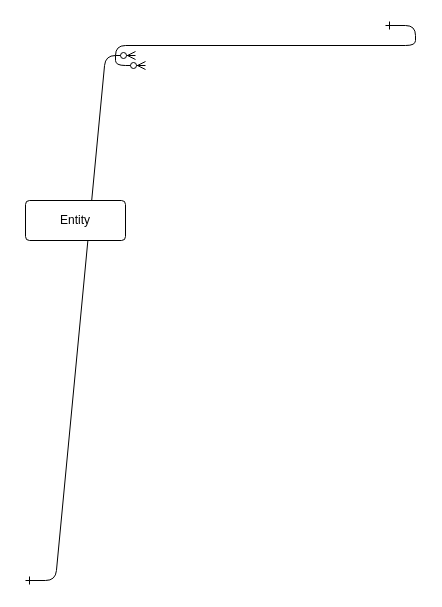
Earlier version of the draw.io diagram Untitled Diagram.drawio (Continious-Software-Engineering/review-service). Source tidied: cells renumbered, new cells numbered last; positions are measured from the earlier drawing's top-left corner, leaving out a move shared by most shapes. Both pictures are drawn from the tidied source at 100%, with x=0, y=0 at pixel (25, 25).
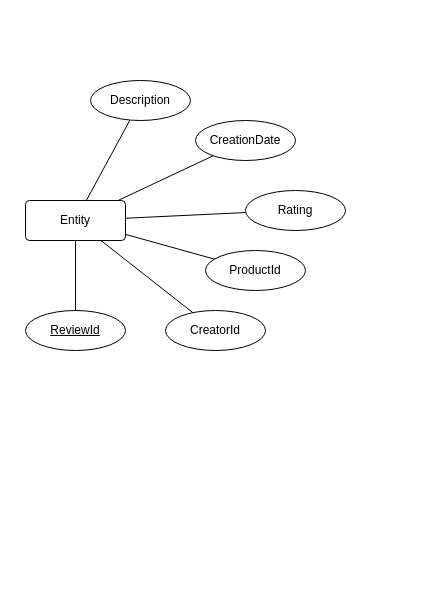
After the change.

The edit, as a diff of the source:
```diff
@@
 <mxGraphModel>
   <root>
     <mxCell id="0" />
     <mxCell id="1" parent="0" />
-    <mxCell id="2" style="edgeStyle=entityRelationEdgeStyle;endArrow=ERzeroToMany;startArrow=ERone;endFill=1;startFill=0;" parent="1" edge="1">
-      <mxGeometry relative="1" as="geometry">
-        <mxPoint y="555" as="sourcePoint" />
-        <mxPoint x="110" y="30" as="targetPoint" />
-      </mxGeometry>
-    </mxCell>
-    <mxCell id="3" style="edgeStyle=entityRelationEdgeStyle;endArrow=ERzeroToMany;startArrow=ERone;endFill=1;startFill=0;" parent="1" edge="1">
-      <mxGeometry relative="1" as="geometry">
-        <mxPoint x="360" as="sourcePoint" />
-        <mxPoint x="120" y="40" as="targetPoint" />
-      </mxGeometry>
-    </mxCell>
     <mxCell id="4" value="Entity" style="rounded=1;arcSize=10;whiteSpace=wrap;html=1;align=center;" parent="1" vertex="1">
       <mxGeometry y="175" width="100" height="40" as="geometry" />
     </mxCell>
+    <mxCell id="5" style="rounded=0;jettySize=auto;html=1;endArrow=none;endFill=0;" parent="1" edge="1" source="6" target="4">
+      <mxGeometry relative="1" as="geometry" />
+    </mxCell>
+    <mxCell id="6" value="ReviewId" style="ellipse;whiteSpace=wrap;html=1;align=center;fontStyle=4;" parent="1" vertex="1">
+      <mxGeometry y="285" width="100" height="40" as="geometry" />
+    </mxCell>
+    <mxCell id="7" style="edgeStyle=none;rounded=0;jettySize=auto;html=1;endArrow=none;endFill=0;" parent="1" edge="1" source="8" target="4">
+      <mxGeometry relative="1" as="geometry" />
+    </mxCell>
+    <mxCell id="8" value="CreatorId" style="ellipse;whiteSpace=wrap;html=1;align=center;" parent="1" vertex="1">
+      <mxGeometry x="140" y="285" width="100" height="40" as="geometry" />
+    </mxCell>
+    <mxCell id="9" style="edgeStyle=none;rounded=0;jettySize=auto;html=1;endArrow=none;endFill=0;" parent="1" edge="1" source="10" target="4">
+      <mxGeometry relative="1" as="geometry" />
+    </mxCell>
+    <mxCell id="10" value="ProductId" style="ellipse;whiteSpace=wrap;html=1;align=center;" parent="1" vertex="1">
+      <mxGeometry x="180" y="225" width="100" height="40" as="geometry" />
+    </mxCell>
+    <mxCell id="11" style="edgeStyle=none;rounded=0;jettySize=auto;html=1;endArrow=none;endFill=0;" parent="1" edge="1" source="12" target="4">
+      <mxGeometry relative="1" as="geometry" />
+    </mxCell>
+    <mxCell id="12" value="Rating" style="ellipse;whiteSpace=wrap;html=1;align=center;" parent="1" vertex="1">
+      <mxGeometry x="220" y="165" width="100" height="40" as="geometry" />
+    </mxCell>
+    <mxCell id="13" style="edgeStyle=none;rounded=0;jettySize=auto;html=1;endArrow=none;endFill=0;" parent="1" edge="1" source="14" target="4">
+      <mxGeometry relative="1" as="geometry" />
+    </mxCell>
+    <mxCell id="14" value="CreationDate" style="ellipse;whiteSpace=wrap;html=1;align=center;" parent="1" vertex="1">
+      <mxGeometry x="170" y="95" width="100" height="40" as="geometry" />
+    </mxCell>
+    <mxCell id="15" style="edgeStyle=none;rounded=0;jettySize=auto;html=1;endArrow=none;endFill=0;" parent="1" edge="1" source="16" target="4">
+      <mxGeometry relative="1" as="geometry" />
+    </mxCell>
+    <mxCell id="16" value="Description" style="ellipse;whiteSpace=wrap;html=1;align=center;" parent="1" vertex="1">
+      <mxGeometry x="65" y="55" width="100" height="40" as="geometry" />
+    </mxCell>
   </root>
 </mxGraphModel>
```
